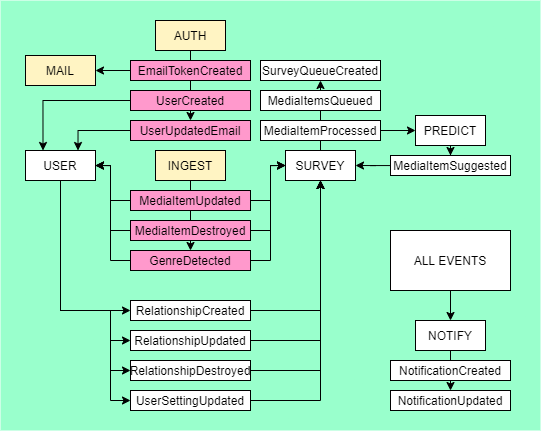
flickswipe/app keeps this draw.io diagram as docs/event-flow.png. Above is the earlier version. Source tidied: cells renumbered, new cells last; positions are measured from the earlier drawing's top-left corner, leaving out a move shared by most shapes.
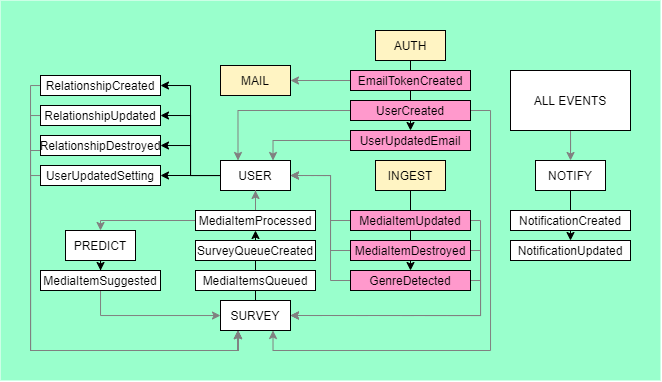
The same file after the commit.

Change to the diagram source:
```diff
@@ -2,9 +2,9 @@
   <root>
     <mxCell id="0" />
     <mxCell id="1" parent="0" />
-    <mxCell id="2" style="whiteSpace=wrap;html=1;strokeColor=none;fillColor=#99FFCC;shadow=0;" parent="1" vertex="1">
-      <mxGeometry width="540" height="430" as="geometry" />
-    </mxCell>
+    <mxCell id="52" style="whiteSpace=wrap;html=1;strokeColor=none;fillColor=#99FFCC;shadow=0;" parent="1" vertex="1">
+      <mxGeometry x="-220" y="-10" width="660" height="380" as="geometry" />
+    </mxCell>
     <mxCell id="3" style="edgeStyle=orthogonalEdgeStyle;rounded=0;jettySize=auto;html=1;entryX=0.5;entryY=0;entryDx=0;entryDy=0;" parent="1" edge="1" source="4" target="17">
       <mxGeometry relative="1" as="geometry" />
     </mxCell>
@@ -17,200 +17,223 @@
     <mxCell id="6" value="INGEST" style="rounded=0;whiteSpace=wrap;html=1;fillColor=#FFF4C3;" parent="1" vertex="1">
       <mxGeometry x="155" y="150" width="70" height="30" as="geometry" />
     </mxCell>
+    <mxCell id="10" style="edgeStyle=orthogonalEdgeStyle;rounded=0;jettySize=auto;html=1;entryX=1;entryY=0.5;entryDx=0;entryDy=0;strokeColor=#000000;" parent="1" edge="1" source="11" target="37">
+      <mxGeometry relative="1" as="geometry" />
+    </mxCell>
+    <mxCell id="9" style="edgeStyle=orthogonalEdgeStyle;rounded=0;jettySize=auto;html=1;entryX=1;entryY=0.5;entryDx=0;entryDy=0;strokeColor=#000000;" parent="1" edge="1" source="11" target="35">
+      <mxGeometry relative="1" as="geometry" />
+    </mxCell>
+    <mxCell id="8" style="edgeStyle=orthogonalEdgeStyle;rounded=0;jettySize=auto;html=1;entryX=1;entryY=0.5;entryDx=0;entryDy=0;strokeColor=#000000;" parent="1" edge="1" source="11" target="33">
+      <mxGeometry relative="1" as="geometry" />
+    </mxCell>
-    <mxCell id="7" style="edgeStyle=orthogonalEdgeStyle;rounded=0;jettySize=auto;html=1;entryX=0;entryY=0.5;entryDx=0;entryDy=0;" parent="1" edge="1" source="11" target="31">
-      <mxGeometry relative="1" as="geometry">
-        <Array as="points">
-          <mxPoint x="60" y="310" />
-        </Array>
-      </mxGeometry>
+    <mxCell id="7" style="edgeStyle=orthogonalEdgeStyle;rounded=0;jettySize=auto;html=1;entryX=1;entryY=0.5;entryDx=0;entryDy=0;strokeColor=#000000;" parent="1" edge="1" source="11" target="31">
+      <mxGeometry relative="1" as="geometry" />
     </mxCell>
-    <mxCell id="8" style="edgeStyle=orthogonalEdgeStyle;rounded=0;jettySize=auto;html=1;entryX=0;entryY=0.5;entryDx=0;entryDy=0;" parent="1" edge="1" source="11" target="33">
-      <mxGeometry relative="1" as="geometry">
-        <Array as="points">
-          <mxPoint x="60" y="310" />
-          <mxPoint x="110" y="310" />
-          <mxPoint x="110" y="340" />
-        </Array>
-      </mxGeometry>
-    </mxCell>
-    <mxCell id="9" style="edgeStyle=orthogonalEdgeStyle;rounded=0;jettySize=auto;html=1;" parent="1" edge="1" source="11" target="35">
-      <mxGeometry relative="1" as="geometry">
-        <Array as="points">
-          <mxPoint x="60" y="310" />
-          <mxPoint x="110" y="310" />
-          <mxPoint x="110" y="370" />
-        </Array>
-      </mxGeometry>
-    </mxCell>
-    <mxCell id="10" style="edgeStyle=orthogonalEdgeStyle;rounded=0;jettySize=auto;html=1;" parent="1" edge="1" source="11" target="37">
-      <mxGeometry relative="1" as="geometry">
-        <Array as="points">
-          <mxPoint x="60" y="310" />
-          <mxPoint x="110" y="310" />
-          <mxPoint x="110" y="400" />
-        </Array>
-      </mxGeometry>
-    </mxCell>
     <mxCell id="11" value="USER" style="rounded=0;whiteSpace=wrap;html=1;" parent="1" vertex="1">
-      <mxGeometry x="25" y="150" width="70" height="30" as="geometry" />
+      <mxGeometry y="150" width="70" height="30" as="geometry" />
     </mxCell>
     <mxCell id="12" style="edgeStyle=orthogonalEdgeStyle;rounded=0;jettySize=auto;html=1;" parent="1" edge="1" source="13" target="39">
       <mxGeometry relative="1" as="geometry" />
     </mxCell>
     <mxCell id="13" value="PREDICT" style="rounded=0;whiteSpace=wrap;html=1;" parent="1" vertex="1">
-      <mxGeometry x="415" y="115" width="70" height="30" as="geometry" />
+      <mxGeometry x="-155" y="220" width="70" height="30" as="geometry" />
     </mxCell>
-    <mxCell id="14" style="edgeStyle=orthogonalEdgeStyle;rounded=0;jettySize=auto;html=1;entryX=0.25;entryY=0;entryDx=0;entryDy=0;" parent="1" edge="1" source="15" target="11">
+    <mxCell id="14" style="edgeStyle=orthogonalEdgeStyle;rounded=0;jettySize=auto;html=1;entryX=0.25;entryY=0;entryDx=0;entryDy=0;strokeColor=#808080;" parent="1" edge="1" source="15" target="11">
       <mxGeometry relative="1" as="geometry" />
     </mxCell>
+    <mxCell id="53" style="edgeStyle=orthogonalEdgeStyle;rounded=0;jettySize=auto;html=1;entryX=0.75;entryY=1;entryDx=0;entryDy=0;strokeColor=#808080;" parent="1" edge="1" source="15" target="47">
+      <mxGeometry relative="1" as="geometry">
+        <Array as="points">
+          <mxPoint x="270" y="100" />
+          <mxPoint x="270" y="340" />
+          <mxPoint x="53" y="340" />
+        </Array>
+      </mxGeometry>
+    </mxCell>
     <mxCell id="15" value="UserCreated" style="rounded=0;whiteSpace=wrap;html=1;fillColor=#FF99CC;" parent="1" vertex="1">
       <mxGeometry x="130" y="90" width="120" height="20" as="geometry" />
     </mxCell>
-    <mxCell id="16" style="edgeStyle=orthogonalEdgeStyle;rounded=0;jettySize=auto;html=1;entryX=0.75;entryY=0;entryDx=0;entryDy=0;" parent="1" edge="1" source="17" target="11">
+    <mxCell id="16" style="edgeStyle=orthogonalEdgeStyle;rounded=0;jettySize=auto;html=1;entryX=0.75;entryY=0;entryDx=0;entryDy=0;strokeColor=#808080;" parent="1" edge="1" source="17" target="11">
       <mxGeometry relative="1" as="geometry" />
     </mxCell>
     <mxCell id="17" value="UserUpdatedEmail" style="rounded=0;whiteSpace=wrap;html=1;fillColor=#FF99CC;" parent="1" vertex="1">
       <mxGeometry x="130" y="120" width="120" height="20" as="geometry" />
     </mxCell>
-    <mxCell id="18" style="edgeStyle=orthogonalEdgeStyle;rounded=0;jettySize=auto;html=1;" parent="1" edge="1" source="19" target="29">
+    <mxCell id="18" style="edgeStyle=orthogonalEdgeStyle;rounded=0;jettySize=auto;html=1;strokeColor=#808080;" parent="1" edge="1" source="19" target="29">
       <mxGeometry relative="1" as="geometry" />
     </mxCell>
     <mxCell id="19" value="EmailTokenCreated" style="rounded=0;whiteSpace=wrap;html=1;fillColor=#FF99CC;" parent="1" vertex="1">
       <mxGeometry x="130" y="60" width="120" height="20" as="geometry" />
     </mxCell>
-    <mxCell id="20" style="edgeStyle=orthogonalEdgeStyle;rounded=0;jettySize=auto;html=1;" parent="1" edge="1" source="22">
+    <mxCell id="20" style="edgeStyle=orthogonalEdgeStyle;rounded=0;jettySize=auto;html=1;entryX=1;entryY=0.5;entryDx=0;entryDy=0;strokeColor=#808080;" parent="1" edge="1" source="22" target="11">
       <mxGeometry relative="1" as="geometry">
-        <mxPoint x="95" y="165" as="targetPoint" />
         <Array as="points">
-          <mxPoint x="110" y="200" />
+          <mxPoint x="110" y="210" />
           <mxPoint x="110" y="165" />
-          <mxPoint x="95" y="165" />
         </Array>
       </mxGeometry>
     </mxCell>
-    <mxCell id="21" style="edgeStyle=orthogonalEdgeStyle;rounded=0;jettySize=auto;html=1;entryX=0;entryY=0.5;entryDx=0;entryDy=0;" parent="1" edge="1" source="22" target="47">
+    <mxCell id="21" style="edgeStyle=orthogonalEdgeStyle;rounded=0;jettySize=auto;html=1;entryX=1;entryY=0.5;entryDx=0;entryDy=0;strokeColor=#808080;" parent="1" edge="1" source="22" target="47">
       <mxGeometry relative="1" as="geometry">
         <Array as="points">
-          <mxPoint x="270" y="200" />
-          <mxPoint x="270" y="165" />
+          <mxPoint x="260" y="210" />
+          <mxPoint x="260" y="305" />
         </Array>
       </mxGeometry>
     </mxCell>
     <mxCell id="22" value="MediaItemUpdated" style="rounded=0;whiteSpace=wrap;html=1;fillColor=#FF99CC;" parent="1" vertex="1">
-      <mxGeometry x="130" y="190" width="120" height="20" as="geometry" />
+      <mxGeometry x="130" y="200" width="120" height="20" as="geometry" />
     </mxCell>
-    <mxCell id="23" style="edgeStyle=orthogonalEdgeStyle;rounded=0;jettySize=auto;html=1;entryX=1;entryY=0.5;entryDx=0;entryDy=0;" parent="1" edge="1" source="25" target="11">
+    <mxCell id="23" style="edgeStyle=orthogonalEdgeStyle;rounded=0;jettySize=auto;html=1;entryX=1;entryY=0.5;entryDx=0;entryDy=0;strokeColor=#808080;" parent="1" edge="1" source="25" target="11">
       <mxGeometry relative="1" as="geometry">
         <Array as="points">
-          <mxPoint x="110" y="230" />
+          <mxPoint x="110" y="240" />
           <mxPoint x="110" y="165" />
         </Array>
       </mxGeometry>
     </mxCell>
-    <mxCell id="24" style="edgeStyle=orthogonalEdgeStyle;rounded=0;jettySize=auto;html=1;entryX=0;entryY=0.5;entryDx=0;entryDy=0;" parent="1" edge="1" source="25" target="47">
+    <mxCell id="24" style="edgeStyle=orthogonalEdgeStyle;rounded=0;jettySize=auto;html=1;entryX=1;entryY=0.5;entryDx=0;entryDy=0;strokeColor=#808080;" parent="1" edge="1" source="25" target="47">
       <mxGeometry relative="1" as="geometry">
         <Array as="points">
-          <mxPoint x="270" y="230" />
-          <mxPoint x="270" y="165" />
+          <mxPoint x="260" y="240" />
+          <mxPoint x="260" y="305" />
         </Array>
       </mxGeometry>
     </mxCell>
     <mxCell id="25" value="MediaItemDestroyed" style="rounded=0;whiteSpace=wrap;html=1;fillColor=#FF99CC;" parent="1" vertex="1">
-      <mxGeometry x="130" y="220" width="120" height="20" as="geometry" />
+      <mxGeometry x="130" y="230" width="120" height="20" as="geometry" />
     </mxCell>
-    <mxCell id="26" style="edgeStyle=orthogonalEdgeStyle;rounded=0;jettySize=auto;html=1;entryX=1;entryY=0.5;entryDx=0;entryDy=0;" parent="1" edge="1" source="28" target="11">
+    <mxCell id="26" style="edgeStyle=orthogonalEdgeStyle;rounded=0;jettySize=auto;html=1;entryX=1;entryY=0.5;entryDx=0;entryDy=0;strokeColor=#808080;" parent="1" edge="1" source="28" target="11">
       <mxGeometry relative="1" as="geometry">
         <Array as="points">
-          <mxPoint x="110" y="260" />
+          <mxPoint x="110" y="270" />
           <mxPoint x="110" y="165" />
         </Array>
       </mxGeometry>
     </mxCell>
-    <mxCell id="27" style="edgeStyle=orthogonalEdgeStyle;rounded=0;jettySize=auto;html=1;entryX=0;entryY=0.5;entryDx=0;entryDy=0;" parent="1" edge="1" source="28" target="47">
+    <mxCell id="27" style="edgeStyle=orthogonalEdgeStyle;rounded=0;jettySize=auto;html=1;entryX=1;entryY=0.5;entryDx=0;entryDy=0;strokeColor=#808080;" parent="1" edge="1" source="28" target="47">
       <mxGeometry relative="1" as="geometry">
         <Array as="points">
-          <mxPoint x="270" y="260" />
-          <mxPoint x="270" y="165" />
+          <mxPoint x="260" y="270" />
+          <mxPoint x="260" y="305" />
         </Array>
       </mxGeometry>
     </mxCell>
     <mxCell id="28" value="GenreDetected" style="rounded=0;whiteSpace=wrap;html=1;fillColor=#FF99CC;" parent="1" vertex="1">
-      <mxGeometry x="130" y="250" width="120" height="20" as="geometry" />
+      <mxGeometry x="130" y="260" width="120" height="20" as="geometry" />
     </mxCell>
     <mxCell id="29" value="MAIL" style="rounded=0;whiteSpace=wrap;html=1;fillColor=#FFF4C3;" parent="1" vertex="1">
-      <mxGeometry x="25" y="55" width="70" height="30" as="geometry" />
+      <mxGeometry y="55" width="70" height="30" as="geometry" />
     </mxCell>
-    <mxCell id="30" style="edgeStyle=orthogonalEdgeStyle;rounded=0;jettySize=auto;html=1;entryX=0.5;entryY=1;entryDx=0;entryDy=0;" parent="1" edge="1" source="31" target="47">
+    <mxCell id="30" style="edgeStyle=orthogonalEdgeStyle;rounded=0;jettySize=auto;html=1;entryX=0.25;entryY=1;entryDx=0;entryDy=0;strokeColor=#808080;" parent="1" edge="1" source="31" target="47">
       <mxGeometry relative="1" as="geometry">
         <Array as="points">
-          <mxPoint x="320" y="310" />
+          <mxPoint x="-190" y="75" />
+          <mxPoint x="-190" y="340" />
+          <mxPoint x="17" y="340" />
         </Array>
       </mxGeometry>
     </mxCell>
     <mxCell id="31" value="RelationshipCreated" style="rounded=0;whiteSpace=wrap;html=1;" parent="1" vertex="1">
-      <mxGeometry x="130" y="300" width="120" height="20" as="geometry" />
+      <mxGeometry x="-180" y="65" width="120" height="20" as="geometry" />
     </mxCell>
-    <mxCell id="32" style="edgeStyle=orthogonalEdgeStyle;rounded=0;jettySize=auto;html=1;entryX=0.5;entryY=1;entryDx=0;entryDy=0;" parent="1" edge="1" source="33" target="47">
-      <mxGeometry relative="1" as="geometry" />
+    <mxCell id="32" style="edgeStyle=orthogonalEdgeStyle;rounded=0;jettySize=auto;html=1;entryX=0.25;entryY=1;entryDx=0;entryDy=0;strokeColor=#808080;" parent="1" edge="1" source="33" target="47">
+      <mxGeometry relative="1" as="geometry">
+        <Array as="points">
+          <mxPoint x="-190" y="105" />
+          <mxPoint x="-190" y="340" />
+          <mxPoint x="17" y="340" />
+        </Array>
+      </mxGeometry>
     </mxCell>
     <mxCell id="33" value="RelationshipUpdated" style="rounded=0;whiteSpace=wrap;html=1;" parent="1" vertex="1">
-      <mxGeometry x="130" y="330" width="120" height="20" as="geometry" />
+      <mxGeometry x="-180" y="95" width="120" height="20" as="geometry" />
     </mxCell>
-    <mxCell id="34" style="edgeStyle=orthogonalEdgeStyle;rounded=0;jettySize=auto;html=1;entryX=0.5;entryY=1;entryDx=0;entryDy=0;" parent="1" edge="1" source="35" target="47">
-      <mxGeometry relative="1" as="geometry" />
+    <mxCell id="34" style="edgeStyle=orthogonalEdgeStyle;rounded=0;jettySize=auto;html=1;entryX=0.25;entryY=1;entryDx=0;entryDy=0;strokeColor=#808080;" parent="1" edge="1" source="35" target="47">
+      <mxGeometry relative="1" as="geometry">
+        <Array as="points">
+          <mxPoint x="-190" y="140" />
+          <mxPoint x="-190" y="340" />
+          <mxPoint x="17" y="340" />
+        </Array>
+      </mxGeometry>
     </mxCell>
     <mxCell id="35" value="RelationshipDestroyed" style="rounded=0;whiteSpace=wrap;html=1;" parent="1" vertex="1">
-      <mxGeometry x="130" y="360" width="120" height="20" as="geometry" />
+      <mxGeometry x="-180" y="125" width="120" height="20" as="geometry" />
     </mxCell>
-    <mxCell id="36" style="edgeStyle=orthogonalEdgeStyle;rounded=0;jettySize=auto;html=1;" parent="1" edge="1" source="37">
-      <mxGeometry relative="1" as="geometry">
-        <mxPoint x="320" y="180" as="targetPoint" />
-      </mxGeometry>
-    </mxCell>
+    <mxCell id="54" style="edgeStyle=orthogonalEdgeStyle;rounded=0;jettySize=auto;html=1;entryX=0.25;entryY=1;entryDx=0;entryDy=0;strokeColor=#808080;" parent="1" edge="1" source="52" target="47">
+      <mxGeometry relative="1" as="geometry">
+        <Array as="points">
+          <mxPoint x="-190" y="165" />
+          <mxPoint x="-190" y="340" />
+          <mxPoint x="17" y="340" />
+        </Array>
+      </mxGeometry>
+    </mxCell>
+    <mxCell id="55" style="edgeStyle=orthogonalEdgeStyle;rounded=0;jettySize=auto;html=1;entryX=0.25;entryY=1;entryDx=0;entryDy=0;strokeColor=#808080;" parent="1" edge="1" source="37" target="47">
+      <mxGeometry relative="1" as="geometry">
+        <Array as="points">
+          <mxPoint x="-190" y="165" />
+          <mxPoint x="-190" y="340" />
+          <mxPoint x="17" y="340" />
+        </Array>
+      </mxGeometry>
+    </mxCell>
-    <mxCell id="37" value="UserSettingUpdated" style="rounded=0;whiteSpace=wrap;html=1;" parent="1" vertex="1">
-      <mxGeometry x="130" y="390" width="120" height="20" as="geometry" />
+    <mxCell id="37" value="UserUpdatedSetting" style="rounded=0;whiteSpace=wrap;html=1;" parent="1" vertex="1">
+      <mxGeometry x="-180" y="155" width="120" height="20" as="geometry" />
     </mxCell>
-    <mxCell id="38" style="edgeStyle=orthogonalEdgeStyle;rounded=0;jettySize=auto;html=1;entryX=1;entryY=0.5;entryDx=0;entryDy=0;" parent="1" edge="1" source="39" target="47">
-      <mxGeometry relative="1" as="geometry" />
+    <mxCell id="38" style="edgeStyle=orthogonalEdgeStyle;rounded=0;jettySize=auto;html=1;strokeColor=#808080;" parent="1" edge="1" source="39" target="47">
+      <mxGeometry relative="1" as="geometry">
+        <Array as="points">
+          <mxPoint x="-120" y="305" />
+        </Array>
+      </mxGeometry>
     </mxCell>
     <mxCell id="39" value="MediaItemSuggested" style="rounded=0;whiteSpace=wrap;html=1;" parent="1" vertex="1">
-      <mxGeometry x="390" y="155" width="120" height="20" as="geometry" />
+      <mxGeometry x="-180" y="260" width="120" height="20" as="geometry" />
     </mxCell>
     <mxCell id="40" style="edgeStyle=orthogonalEdgeStyle;rounded=0;jettySize=auto;html=1;" parent="1" edge="1" source="41" target="45">
       <mxGeometry relative="1" as="geometry" />
     </mxCell>
     <mxCell id="41" value="NOTIFY" style="rounded=0;whiteSpace=wrap;html=1;" parent="1" vertex="1">
-      <mxGeometry x="415" y="320" width="70" height="30" as="geometry" />
+      <mxGeometry x="315" y="150" width="70" height="30" as="geometry" />
     </mxCell>
-    <mxCell id="42" style="edgeStyle=orthogonalEdgeStyle;rounded=0;jettySize=auto;html=1;" parent="1" edge="1" source="43" target="41">
+    <mxCell id="42" style="edgeStyle=orthogonalEdgeStyle;rounded=0;jettySize=auto;html=1;strokeColor=#808080;" parent="1" edge="1" source="43" target="41">
       <mxGeometry relative="1" as="geometry" />
     </mxCell>
     <mxCell id="43" value="ALL EVENTS" style="rounded=0;whiteSpace=wrap;html=1;" parent="1" vertex="1">
-      <mxGeometry x="390" y="230" width="120" height="60" as="geometry" />
+      <mxGeometry x="290" y="60" width="120" height="60" as="geometry" />
     </mxCell>
     <mxCell id="44" value="NotificationCreated" style="rounded=0;whiteSpace=wrap;html=1;" parent="1" vertex="1">
-      <mxGeometry x="390" y="360" width="120" height="20" as="geometry" />
+      <mxGeometry x="290" y="200" width="120" height="20" as="geometry" />
     </mxCell>
     <mxCell id="45" value="NotificationUpdated" style="rounded=0;whiteSpace=wrap;html=1;" parent="1" vertex="1">
-      <mxGeometry x="390" y="390" width="120" height="20" as="geometry" />
+      <mxGeometry x="290" y="230" width="120" height="20" as="geometry" />
     </mxCell>
     <mxCell id="46" style="edgeStyle=orthogonalEdgeStyle;rounded=0;jettySize=auto;html=1;entryX=0.5;entryY=1;entryDx=0;entryDy=0;" parent="1" edge="1" source="47" target="49">
       <mxGeometry relative="1" as="geometry" />
     </mxCell>
     <mxCell id="47" value="SURVEY" style="rounded=0;whiteSpace=wrap;html=1;" parent="1" vertex="1">
-      <mxGeometry x="285" y="150" width="70" height="30" as="geometry" />
+      <mxGeometry y="290" width="70" height="30" as="geometry" />
     </mxCell>
-    <mxCell id="48" value="MediaItemsQueued" style="rounded=0;whiteSpace=wrap;html=1;" parent="1" vertex="1">
-      <mxGeometry x="260" y="90" width="120" height="20" as="geometry" />
+    <mxCell id="48" value="SurveyQueueCreated" style="rounded=0;whiteSpace=wrap;html=1;" parent="1" vertex="1">
+      <mxGeometry x="-25" y="230" width="120" height="20" as="geometry" />
     </mxCell>
+    <mxCell id="56" style="edgeStyle=orthogonalEdgeStyle;rounded=0;jettySize=auto;html=1;entryX=0.5;entryY=1;entryDx=0;entryDy=0;strokeColor=#808080;" parent="1" edge="1" source="49" target="11">
+      <mxGeometry relative="1" as="geometry" />
+    </mxCell>
+    <mxCell id="57" style="edgeStyle=orthogonalEdgeStyle;rounded=0;jettySize=auto;html=1;entryX=0.5;entryY=0;entryDx=0;entryDy=0;strokeColor=#808080;" parent="1" edge="1" source="49" target="13">
+      <mxGeometry relative="1" as="geometry">
+        <Array as="points">
+          <mxPoint x="-120" y="210" />
+        </Array>
+      </mxGeometry>
+    </mxCell>
-    <mxCell id="49" value="SurveyQueueCreated" style="rounded=0;whiteSpace=wrap;html=1;" parent="1" vertex="1">
-      <mxGeometry x="260" y="60" width="120" height="20" as="geometry" />
+    <mxCell id="49" value="MediaItemProcessed" style="rounded=0;whiteSpace=wrap;html=1;" parent="1" vertex="1">
+      <mxGeometry x="-25" y="200" width="120" height="20" as="geometry" />
     </mxCell>
-    <mxCell id="50" style="edgeStyle=orthogonalEdgeStyle;rounded=0;jettySize=auto;html=1;entryX=0;entryY=0.5;entryDx=0;entryDy=0;" parent="1" edge="1" source="51" target="13">
-      <mxGeometry relative="1" as="geometry" />
-    </mxCell>
-    <mxCell id="51" value="MediaItemProcessed" style="rounded=0;whiteSpace=wrap;html=1;" parent="1" vertex="1">
-      <mxGeometry x="260" y="120" width="120" height="20" as="geometry" />
+    <mxCell id="51" value="MediaItemsQueued" style="rounded=0;whiteSpace=wrap;html=1;" parent="1" vertex="1">
+      <mxGeometry x="-25" y="260" width="120" height="20" as="geometry" />
     </mxCell>
   </root>
 </mxGraphModel>
```
